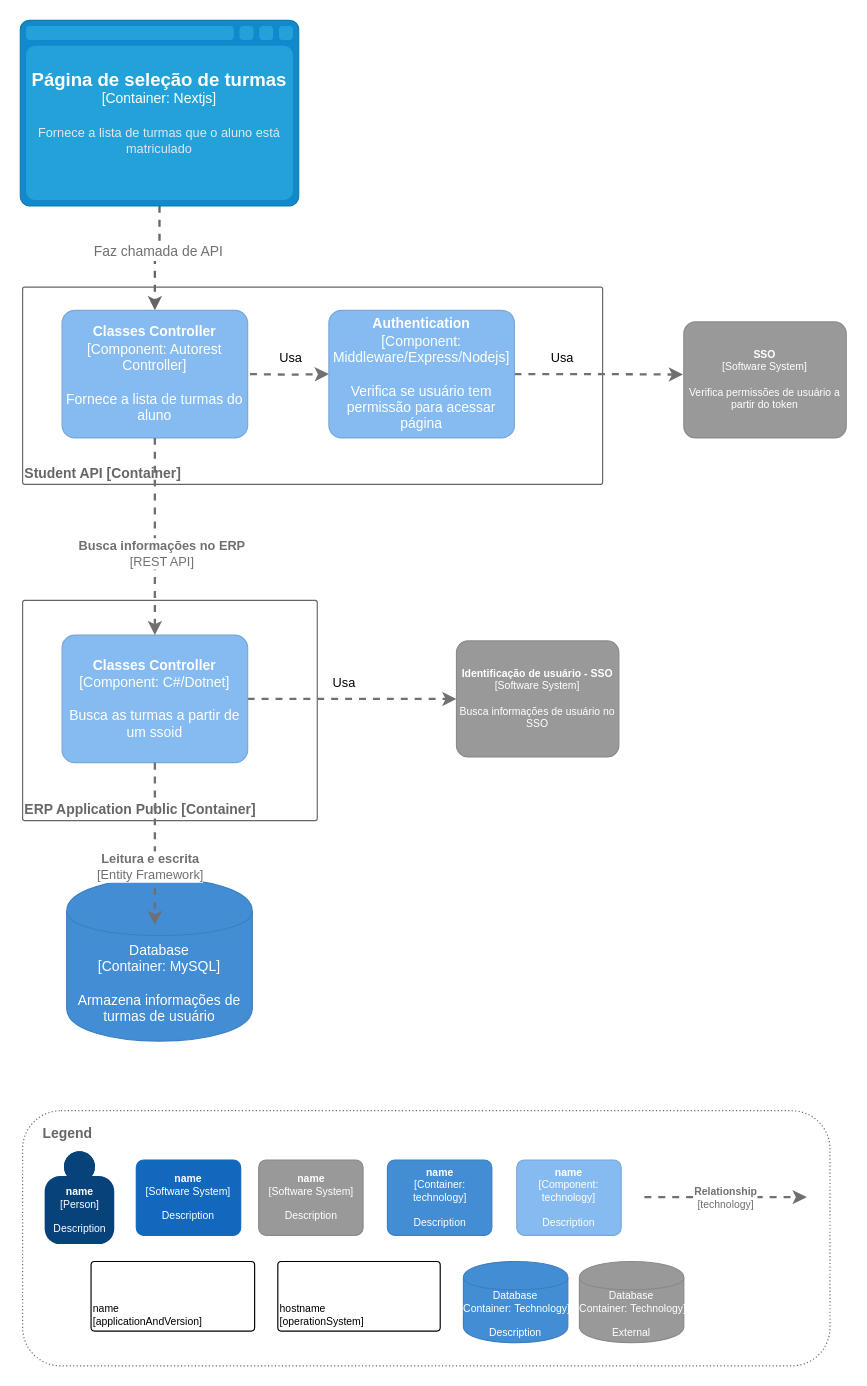
This is page "C4 Component" (3 of 4) of Design Doc LMS.drawio from eldoncosta1/diagrams, a draw.io file, before an edit. Source tidied: cells renumbered, new cells numbered last; positions are measured from the earlier drawing's top-left corner, leaving out a move shared by most shapes. Both pictures are drawn from the tidied source at 116%, with x=0, y=0 at pixel (20, 20).
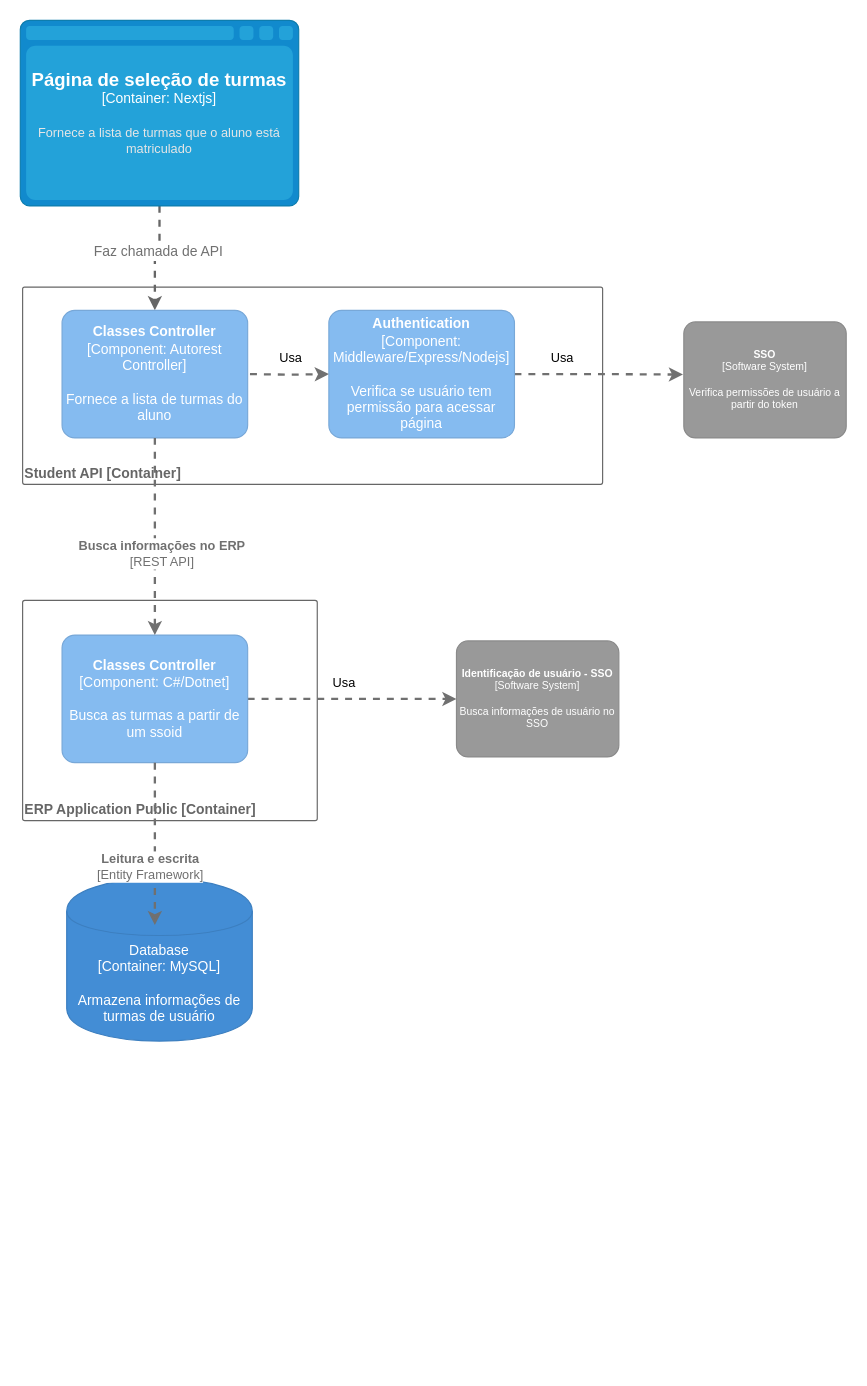
The same page after the edit.

What changed in the source:
```diff
@@
-    <mxCell id="6" style="group;" parent="1" vertex="1">
-      <mxGeometry x="2" y="940" width="696" height="220" as="geometry" />
-    </mxCell>
-    <mxCell id="7" style="rounded=1;whiteSpace=wrap;html=1;fillColor=none;strokeColor=#666666;dashed=1;dashPattern=1 2;fontColor=#666666;" parent="6" vertex="1">
-      <mxGeometry width="696" height="220" as="geometry" />
-    </mxCell>
-    <mxCell id="8" value="Legend" style="text;html=1;strokeColor=none;fillColor=none;align=center;verticalAlign=middle;whiteSpace=wrap;rounded=0;fontStyle=1;fontColor=#666666;" parent="6" vertex="1">
-      <mxGeometry x="19" y="10" width="40" height="20" as="geometry" />
-    </mxCell>
-    <object id="9" label="&lt;b style=&quot;font-size: 9px;&quot;&gt;%c4Name%&lt;/b&gt;&lt;div style=&quot;font-size: 9px;&quot;&gt;[%c4Type%]&lt;/div&gt;&lt;br style=&quot;font-size: 9px;&quot;&gt;&lt;div style=&quot;font-size: 9px;&quot;&gt;%c4Description%&lt;/div&gt;" c4Description="Description" c4Name="name" c4Type="Person" placeholders="1">
-      <mxCell style="html=1;dashed=0;whitespace=wrap;fillColor=#08427b;strokeColor=none;fontColor=#ffffff;shape=mxgraph.c4.person;align=center;metaData={&quot;c4Type&quot;:{&quot;editable&quot;:false}};fontSize=9;" parent="6" vertex="1">
-        <mxGeometry x="19" y="35" width="60" height="80" as="geometry" />
-      </mxCell>
-    </object>
-    <object id="10" label="&lt;b style=&quot;font-size: 9px;&quot;&gt;%c4Name%&lt;/b&gt;&lt;div style=&quot;font-size: 9px;&quot;&gt;[%c4Type%]&lt;/div&gt;&lt;br style=&quot;font-size: 9px;&quot;&gt;&lt;div style=&quot;font-size: 9px;&quot;&gt;%c4Description%&lt;/div&gt;" c4Description="Description" c4Name="name" c4Type="Software System" placeholders="1">
-      <mxCell style="rounded=1;whiteSpace=wrap;html=1;labelBackgroundColor=none;fillColor=#1168BD;fontColor=#ffffff;align=center;arcSize=10;strokeColor=#1168BD;metaData={&quot;c4Type&quot;:{&quot;editable&quot;:false}};fontSize=9;" parent="6" vertex="1">
-        <mxGeometry x="98" y="42.5" width="90" height="65" as="geometry" />
-      </mxCell>
-    </object>
-    <object id="11" label="&lt;b style=&quot;font-size: 9px;&quot;&gt;%c4Name%&lt;/b&gt;&lt;div style=&quot;font-size: 9px;&quot;&gt;[%c4Type%]&lt;/div&gt;&lt;br style=&quot;font-size: 9px;&quot;&gt;&lt;div style=&quot;font-size: 9px;&quot;&gt;%c4Description%&lt;/div&gt;" c4Description="Description" c4Name="name" c4Type="Software System" placeholders="1">
-      <mxCell style="rounded=1;whiteSpace=wrap;html=1;labelBackgroundColor=none;fillColor=#999999;fontColor=#ffffff;align=center;arcSize=10;strokeColor=#8A8A8A;metaData={&quot;c4Type&quot;:{&quot;editable&quot;:false}};fontSize=9;" parent="6" vertex="1">
-        <mxGeometry x="203.5" y="42.5" width="90" height="65" as="geometry" />
-      </mxCell>
-    </object>
-    <object id="12" label="&lt;b style=&quot;font-size: 9px;&quot;&gt;%c4Name%&lt;/b&gt;&lt;div style=&quot;font-size: 9px;&quot;&gt;[%c4Type%: %c4Technology%]&lt;/div&gt;&lt;br style=&quot;font-size: 9px;&quot;&gt;&lt;div style=&quot;font-size: 9px;&quot;&gt;%c4Description%&lt;/div&gt;" c4Description="Description" c4Name="name" c4Technology="technology" c4Type="Component" placeholders="1">
-      <mxCell style="rounded=1;whiteSpace=wrap;html=1;labelBackgroundColor=none;fillColor=#85BBF0;fontColor=#ffffff;align=center;arcSize=10;strokeColor=#78A8D8;metaData={&quot;c4Type&quot;:{&quot;editable&quot;:false}};fontSize=9;" parent="6" vertex="1">
-        <mxGeometry x="426" y="42.5" width="90" height="65" as="geometry" />
-      </mxCell>
-    </object>
-    <object id="13" label="&lt;b style=&quot;font-size: 9px;&quot;&gt;%c4Name%&lt;/b&gt;&lt;div style=&quot;font-size: 9px;&quot;&gt;[%c4Type%: %c4Technology%]&lt;/div&gt;&lt;br style=&quot;font-size: 9px;&quot;&gt;&lt;div style=&quot;font-size: 9px;&quot;&gt;%c4Description%&lt;/div&gt;" c4Description="Description" c4Name="name" c4Technology="technology" c4Type="Container" placeholders="1">
-      <mxCell style="rounded=1;whiteSpace=wrap;html=1;labelBackgroundColor=none;fillColor=#438DD5;fontColor=#ffffff;align=center;arcSize=10;strokeColor=#3C7FC0;metaData={&quot;c4Type&quot;:{&quot;editable&quot;:false}};fontSize=9;" parent="6" vertex="1">
-        <mxGeometry x="314.5" y="42.5" width="90" height="65" as="geometry" />
-      </mxCell>
-    </object>
-    <object id="14" label="&lt;div style=&quot;text-align: left; font-size: 9px;&quot;&gt;%c4Name%&lt;/div&gt;&lt;div style=&quot;text-align: left; font-size: 9px;&quot;&gt;[%c4Application%]&lt;/div&gt;" c4Application="applicationAndVersion" c4Name="name" placeholders="1">
-      <mxCell style="rounded=1;whiteSpace=wrap;html=1;labelBackgroundColor=none;fillColor=#ffffff;fontColor=#000000;align=left;arcSize=5;strokeColor=#000000;verticalAlign=bottom;metaData={&quot;c4Type&quot;:{&quot;editable&quot;:false}};fontSize=9;" parent="6" vertex="1">
-        <mxGeometry x="59" y="130" width="141" height="60" as="geometry" />
-      </mxCell>
-    </object>
-    <object id="15" label="&lt;div style=&quot;text-align: left; font-size: 9px;&quot;&gt;%c4Name%&lt;/div&gt;&lt;div style=&quot;text-align: left; font-size: 9px;&quot;&gt;[%c4OperationSystem%]&lt;/div&gt;&lt;div style=&quot;text-align: right; font-size: 9px;&quot;&gt;%c4ScalingFactor%&lt;/div&gt;" c4Name="hostname" c4OperationSystem="operationSystem" c4ScalingFactor="" placeholders="1">
-      <mxCell style="rounded=1;whiteSpace=wrap;html=1;labelBackgroundColor=none;fillColor=#ffffff;fontColor=#000000;align=left;arcSize=5;strokeColor=#000000;verticalAlign=bottom;metaData={&quot;c4Type&quot;:{&quot;editable&quot;:false}};fontSize=9;" parent="6" vertex="1">
-        <mxGeometry x="220" y="130" width="140" height="60" as="geometry" />
-      </mxCell>
-    </object>
-    <object id="16" label="%c4Type%&lt;div style=&quot;font-size: 9px;&quot;&gt;[Container:&amp;nbsp;%c4Technology%]&lt;/div&gt;&lt;br style=&quot;font-size: 9px;&quot;&gt;&lt;div style=&quot;font-size: 9px;&quot;&gt;%c4Description%&lt;/div&gt;" c4Description="Description" c4Technology="Technology" c4Type="Database" placeholders="1">
-      <mxCell style="shape=cylinder;whiteSpace=wrap;html=1;boundedLbl=1;rounded=0;labelBackgroundColor=none;fillColor=#438DD5;fontSize=9;fontColor=#ffffff;align=center;strokeColor=#3C7FC0;metaData={&quot;c4Type&quot;:{&quot;editable&quot;:false}};" parent="6" vertex="1">
-        <mxGeometry x="380" y="130" width="90" height="70" as="geometry" />
-      </mxCell>
-    </object>
-    <object id="17" label="%c4Type%&lt;div style=&quot;font-size: 9px;&quot;&gt;[Container:&amp;nbsp;%c4Technology%]&lt;/div&gt;&lt;br style=&quot;font-size: 9px;&quot;&gt;&lt;div style=&quot;font-size: 9px;&quot;&gt;%c4Description%&lt;/div&gt;" c4Description="External" c4Technology="Technology" c4Type="Database" placeholders="1">
-      <mxCell style="shape=cylinder;whiteSpace=wrap;html=1;boundedLbl=1;rounded=1;labelBackgroundColor=none;fillColor=#999999;fontSize=9;fontColor=#ffffff;align=center;strokeColor=#8A8A8A;metaData={&quot;c4Type&quot;:{&quot;editable&quot;:false}};arcSize=10;" parent="6" vertex="1">
-        <mxGeometry x="480" y="130" width="90" height="70" as="geometry" />
-      </mxCell>
-    </object>
-    <object id="18" label="&lt;div style=&quot;text-align: left; font-size: 9px;&quot;&gt;&lt;div style=&quot;text-align: center; font-size: 9px;&quot;&gt;&lt;b style=&quot;font-size: 9px;&quot;&gt;%c4Description%&lt;/b&gt;&lt;/div&gt;&lt;div style=&quot;text-align: center; font-size: 9px;&quot;&gt;[%c4Technology%]&lt;/div&gt;&lt;/div&gt;" c4Description="Relationship" c4Technology="technology" placeholders="1">
-      <mxCell style="edgeStyle=none;rounded=0;html=1;jettySize=auto;orthogonalLoop=1;strokeColor=#707070;strokeWidth=2;fontColor=#707070;jumpStyle=none;dashed=1;metaData={&quot;c4Type&quot;:{&quot;editable&quot;:false}};fontSize=9;" parent="6" edge="1">
-        <mxGeometry relative="1" as="geometry">
-          <mxPoint x="536" y="74.5" as="sourcePoint" />
-          <mxPoint x="676" y="74.5" as="targetPoint" />
-        </mxGeometry>
-      </mxCell>
-    </object>
```
